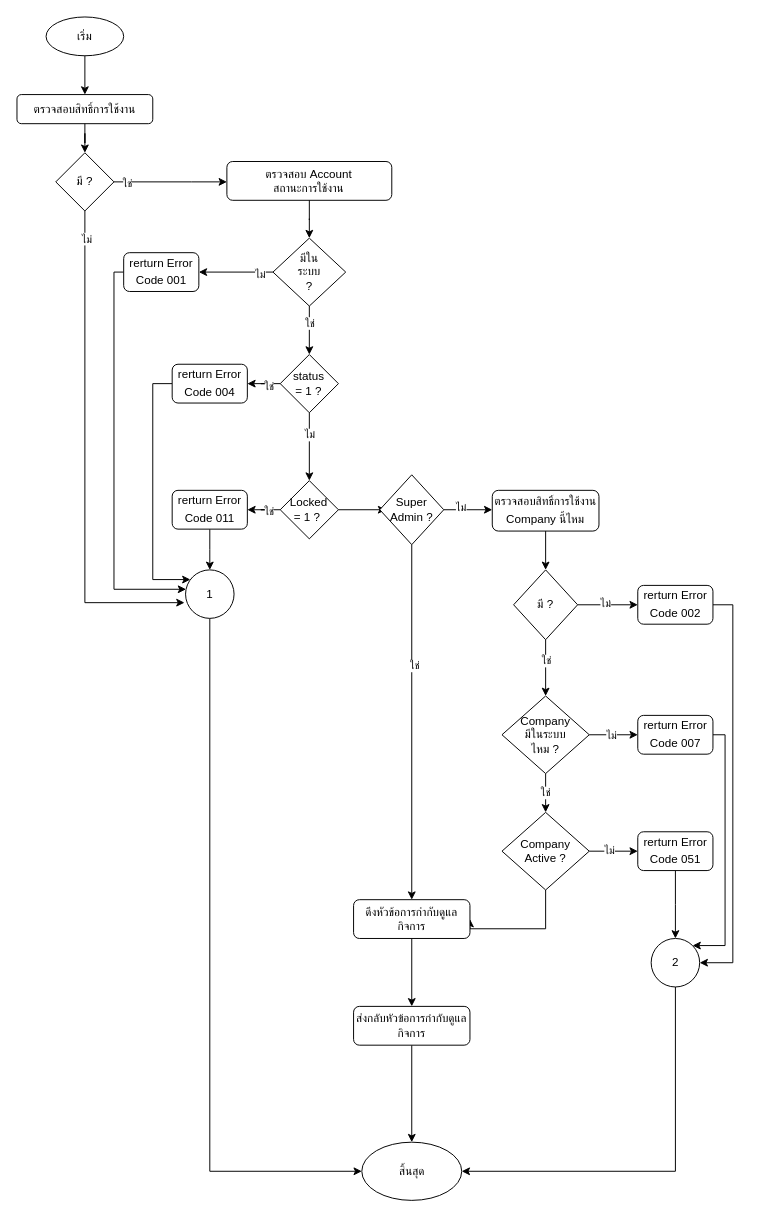
This is page "Page-1" (1 of 4) of CorporateGovernance.drawio from charifrodmanee/charifrodmanee, a draw.io file, before an edit. Source tidied: cells renumbered, new cells numbered last; positions are measured from the earlier drawing's top-left corner, leaving out a move shared by most shapes. Both pictures are drawn from the tidied source at 97%, with x=0, y=0 at pixel (16, 16).
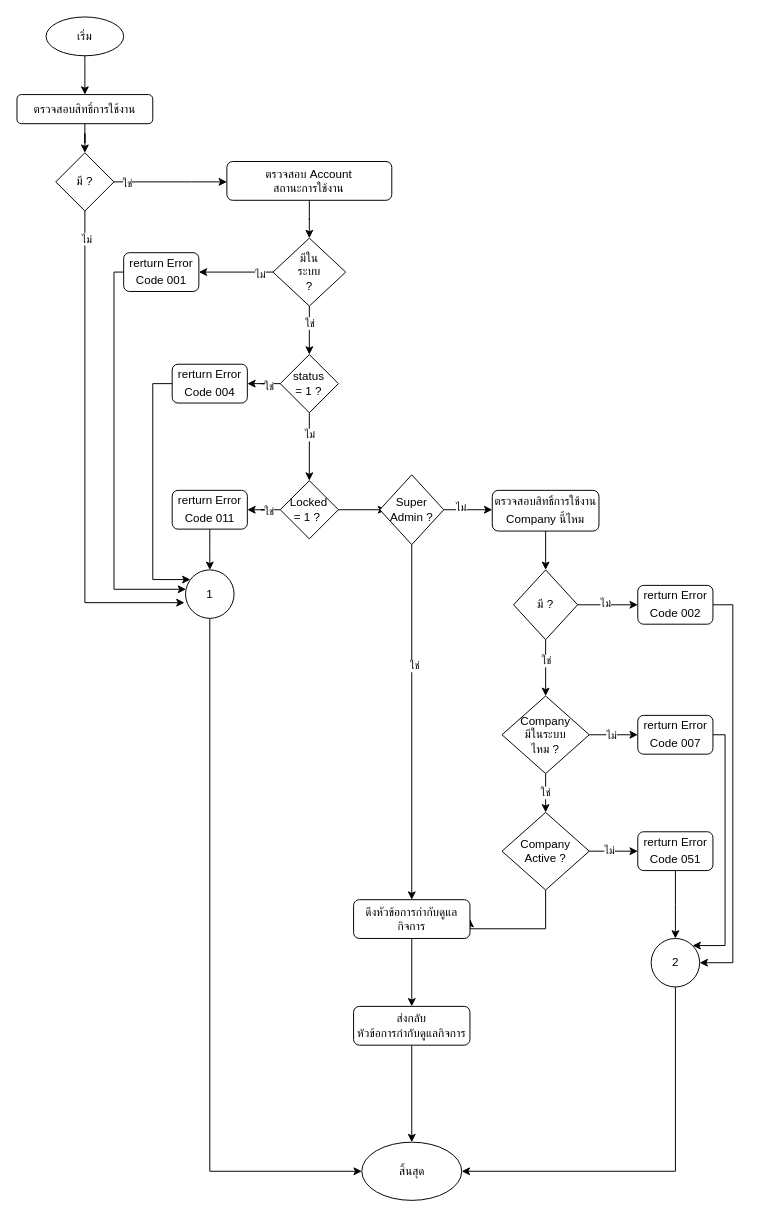
Above is the later version.

Change to the diagram source:
```diff
@@
-    <mxCell id="67" value="ส่งกลับหัวข้อการกำกับดูแลกิจการ" style="rounded=1;whiteSpace=wrap;html=1;" parent="1" vertex="1">
+    <mxCell id="67" value="ส่งกลับ&lt;br&gt;หัวข้อการกำกับดูแลกิจการ" style="rounded=1;whiteSpace=wrap;html=1;" parent="1" vertex="1">
       <mxGeometry x="347" y="1020" width="120" height="40" as="geometry" />
     </mxCell>
```
